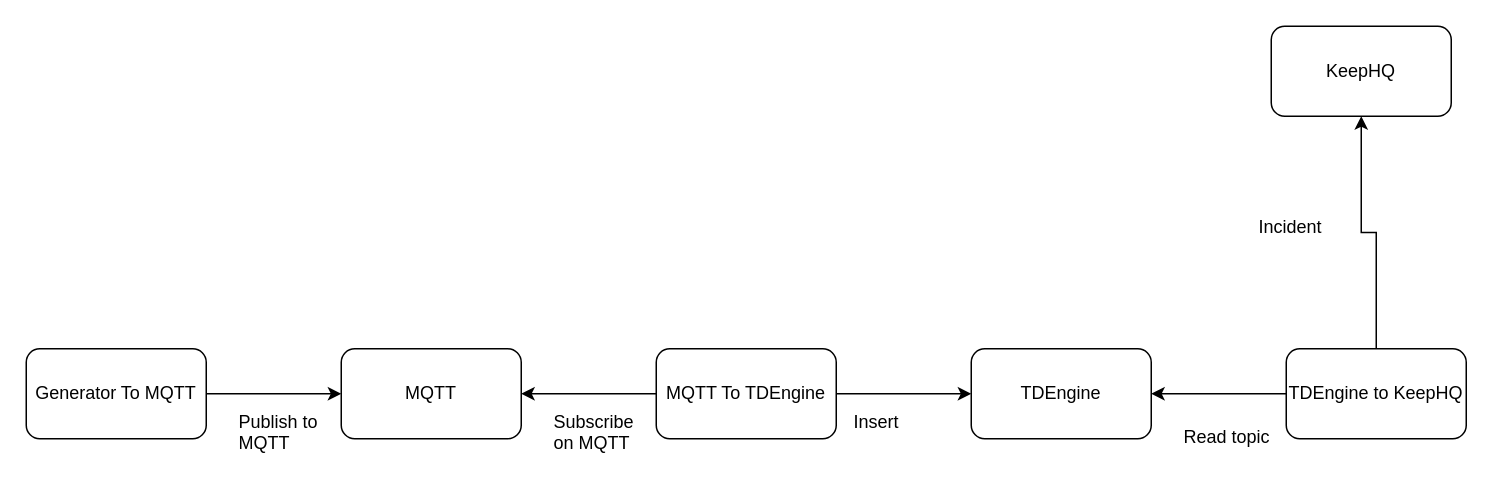
Earlier version of the draw.io diagram archi.drawio (Treydone/tdengine). Source tidied: cells renumbered, new cells numbered last; positions are measured from the earlier drawing's top-left corner, leaving out a move shared by most shapes. Both pictures are drawn from the tidied source at 150%, with x=0, y=0 at pixel (26, 26).
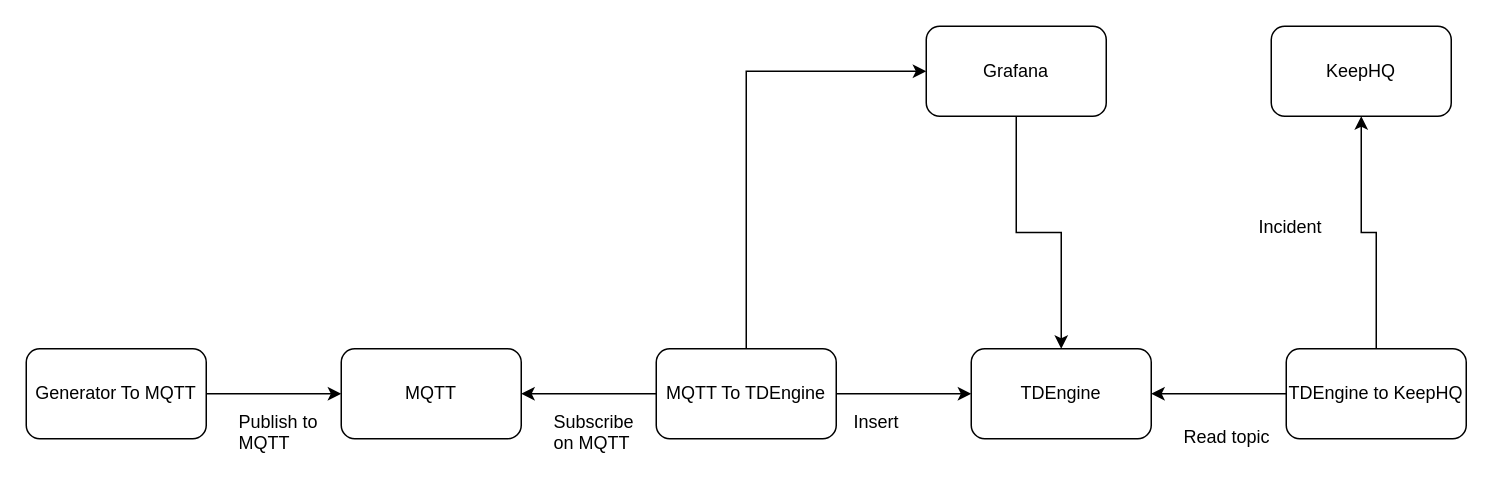
The same page after the edit.

Unchanged cells that the change refers to:
```xml
<mxCell id="5" value="MQTT To TDEngine" style="rounded=1;whiteSpace=wrap;html=1;" parent="1" vertex="1">
  <mxGeometry x="420" y="215" width="120" height="60" as="geometry" />
</mxCell>
<mxCell id="8" value="TDEngine" style="rounded=1;whiteSpace=wrap;html=1;" parent="1" vertex="1">
  <mxGeometry x="630" y="215" width="120" height="60" as="geometry" />
</mxCell>
```

What changed in the source:
```diff
@@
+    <mxCell id="18" style="edgeStyle=orthogonalEdgeStyle;rounded=0;jettySize=auto;html=1;exitX=0.5;exitY=0;exitDx=0;exitDy=0;entryX=0;entryY=0.5;entryDx=0;entryDy=0;" parent="1" edge="1" source="5" target="20">
+      <mxGeometry relative="1" as="geometry" />
+    </mxCell>
@@
+    <mxCell id="19" style="edgeStyle=orthogonalEdgeStyle;rounded=0;jettySize=auto;html=1;exitX=0.5;exitY=1;exitDx=0;exitDy=0;entryX=0.5;entryY=0;entryDx=0;entryDy=0;" parent="1" edge="1" source="20" target="8">
+      <mxGeometry relative="1" as="geometry" />
+    </mxCell>
+    <mxCell id="20" value="Grafana" style="rounded=1;whiteSpace=wrap;html=1;" parent="1" vertex="1">
+      <mxGeometry x="600" width="120" height="60" as="geometry" />
+    </mxCell>
```
